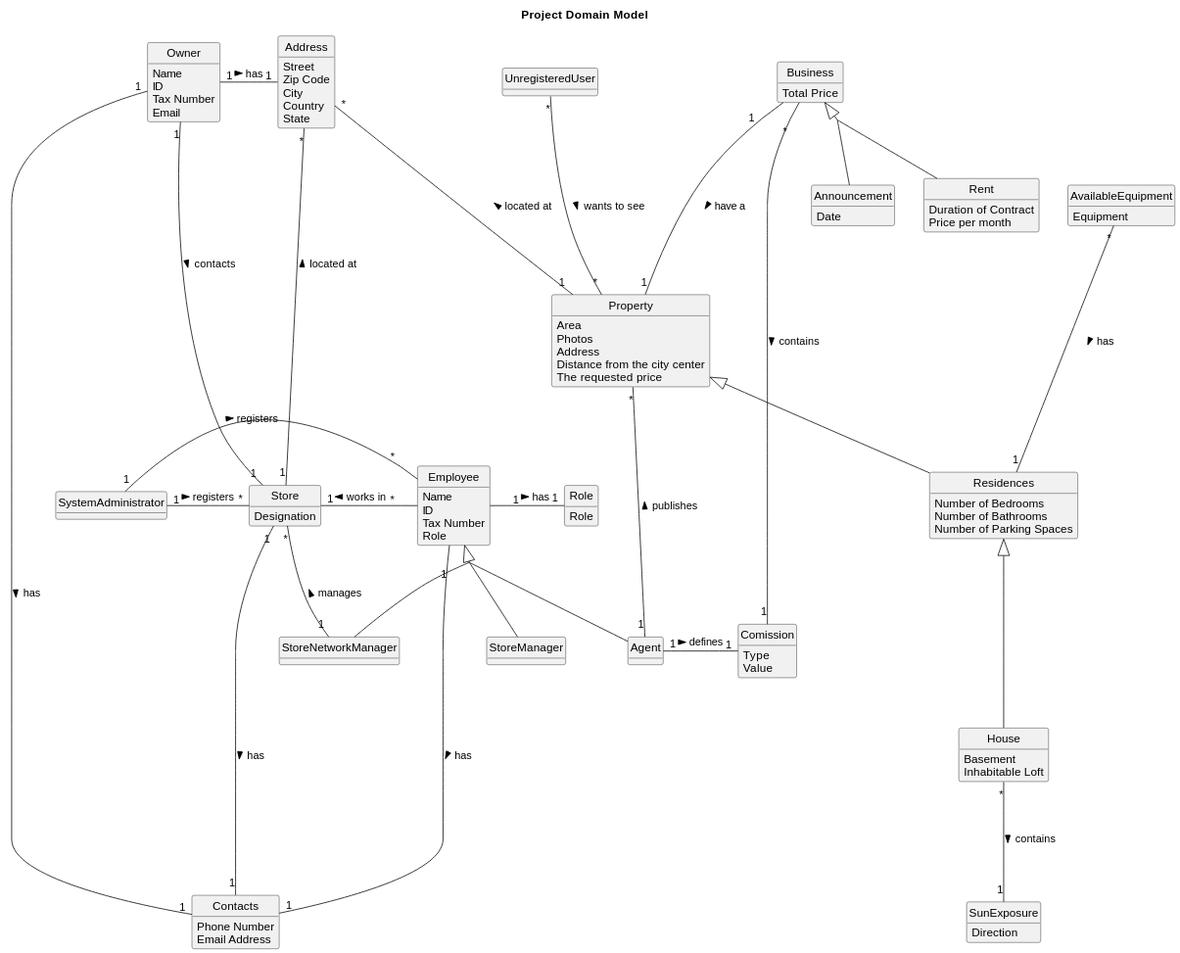
The PlantUML diagram docs/sprintB/global-artifacts/02.analysis/svg/project-domain-model.svg in PureNimble/ISEP-LAPR2, before a commit.
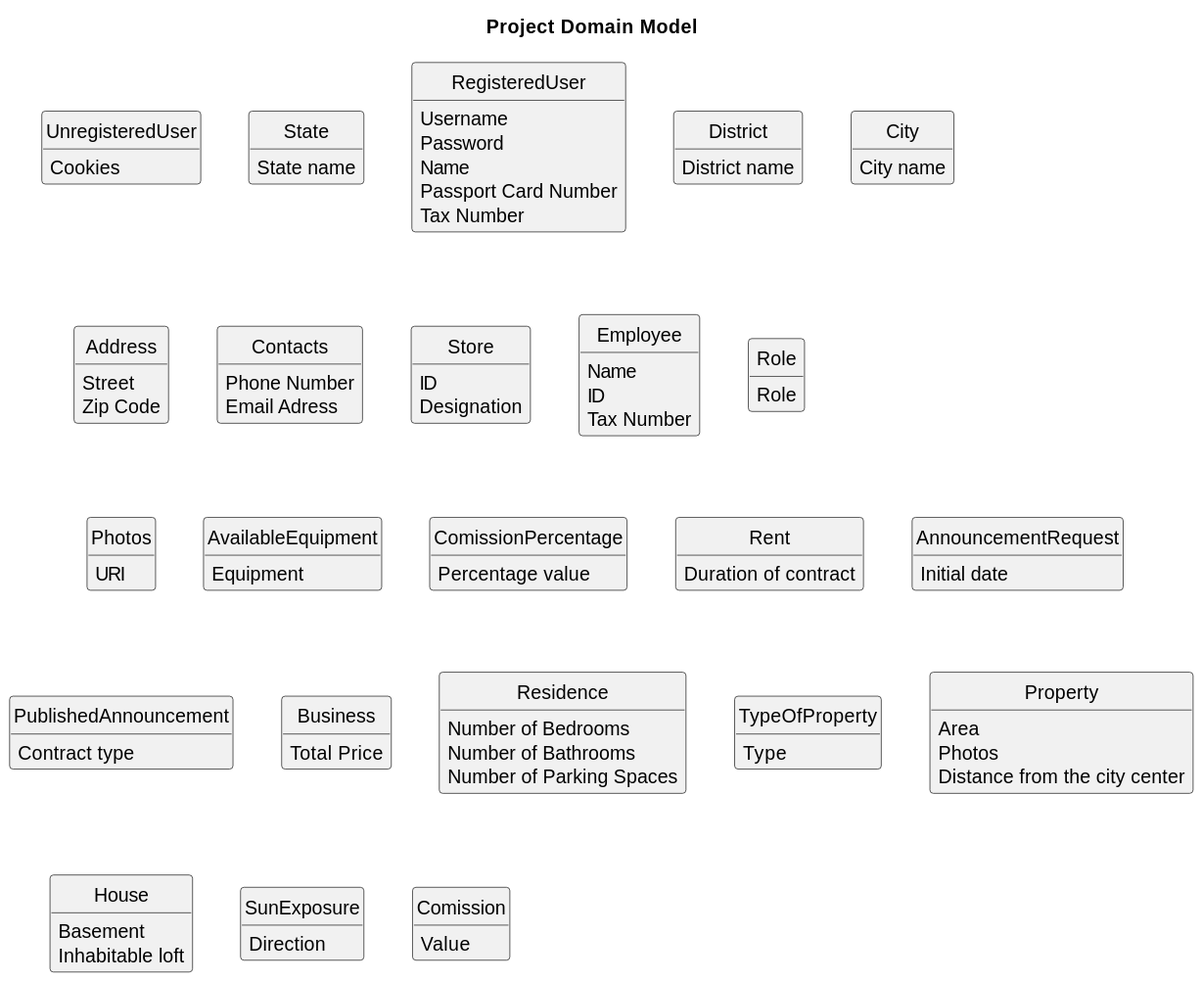
Above is the later version.

The edit, as a diff of the source:
```diff
@@ -1,199 +1,122 @@
 @startuml
+
 skinparam groupInheritance 2
 skinparam monochrome true
 skinparam packageStyle rectangle
 skinparam shadowing false
 skinparam classAttributeIconSize 0
 
-
-
 hide circle
 hide methods
 
 title Project Domain Model
 
+class UnregisteredUser {
+    Cookies
+}
 
-class Address
-class Agent
-class Announcement
-class AvailableEquipment
+class State {
+    State name
+}
 
-class Business
+class RegisteredUser {
+    Username
+    Password
+    Name
+    Passport Card Number
+    Tax Number
+}
 
-class Comission
-class Contacts
+class District {
+    District name
+}
 
-class Employee
-
-class House
-
-class Owner
-
-class Property
-
-class Rent
-class Residences
-class Role
-
-class Store
-class StoreManager
-class StoreNetworkManager
-class SunExposure
-class SystemAdministrator
-
-class UnregisteredUser
-
-
+class City {
+    City name
+}
 
 class Address {
-Street
-Zip Code
-City
-Country
-State
+    Street
+    Zip Code
 }
 
-class Agent {
+class Contacts {
+    Phone Number
+    Email Adress
 }
 
-class Announcement {
-Date
+class Store {
+    ID
+    Designation
+}
+
+class Employee {
+    Name
+    ID
+    Tax Number
+}
+
+class Role {
+    Role
+}
+
+class Photos {
+    URI
 }
 
 class AvailableEquipment {
-Equipment
+    Equipment
+}
+
+class ComissionPercentage {
+    Percentage value
+}
+
+class Rent {
+    Duration of contract
+}
+
+class AnnouncementRequest {
+    Initial date
+}
+
+class PublishedAnnouncement {
+    Contract type
+}
+
+class Business {
+    Total Price
+}
+
+class Residence {
+    Number of Bedrooms
+    Number of Bathrooms
+    Number of Parking Spaces
+}
+
+class TypeOfProperty{
+    Type
+}
+
+class Property {
+    Area
+    Photos
+    Distance from the city center
+}
+
+class House {
+    Basement
+    Inhabitable loft
+}
+
+class SunExposure {
+    Direction
+}
+
+class Comission {
+    Value
 }
 
 
 
-class Business {
-Total Price
-}
-
-
-
-class Comission {
-Type
-Value
-}
-
-class Contacts {
-Phone Number
-Email Address
-}
-
-
-
-class Employee {
-Name
-ID
-Tax Number
-Role
-}
-
-
-
-class House {
-Basement
-Inhabitable Loft
-}
-
-
-
-class Owner {
-Name
-ID
-Tax Number
-Email
-}
-
-
-
-class Property {
-Area
-Photos
-Address
-Distance from the city center
-The requested price
-}
-
-
-
-class Rent {
-Duration of Contract
-Price per month
-}
-
-class Residences {
-Number of Bedrooms
-Number of Bathrooms
-Number of Parking Spaces
-
-}
-
-class Role {
-Role
-}
-
-
-
-class Store {
-Designation
-}
-
-class StoreManager {
-}
-
-class StoreNetworkManager {
-}
-
-class SunExposure {
-Direction
-}
-
-class SystemAdministrator {
-}
-
-
-
-class UnregisteredUser {
-}
-
-
-
-Address "*" --- "1" Store : located at <
-Address "*" --- "1" Property : located at <
-Agent "1" - "1" Comission : defines >
-AvailableEquipment "*" --- "1" Residences: has >
-
-Business  <|--  Announcement
-Business "1" --- "1" Property : have a >
-Business "*" --- "1" Comission : contains >
-Business <|-- Rent
-
-Contacts "1" ----- "1" Store: has <
-
-Employee "1" - "1" Role : has >
-Employee <|--  StoreNetworkManager
-Employee <|--  StoreManager
-Employee <|-- Agent
-Employee "1" -- "1" Contacts: has >
-
-House "*" --- "1" SunExposure : contains >
-
-Owner "1" ---- "1" Store: contacts >
-Owner "1" - "1" Address: has >
-Owner "1" -- "1" Contacts: has >
-
-Property <|-- Residences
-Property "*" --- "1" Agent: publishes <
-
-Residences <|--- House
-
-Store "1" - "*" Employee : works in <
-Store "*" - "1" StoreNetworkManager  : manages <
-SystemAdministrator "1" - "*" Store : registers >
-SystemAdministrator "1" - "*" Employee : registers >
-
-UnregisteredUser "*" --- "*" Property: wants to see >
 @enduml
```
